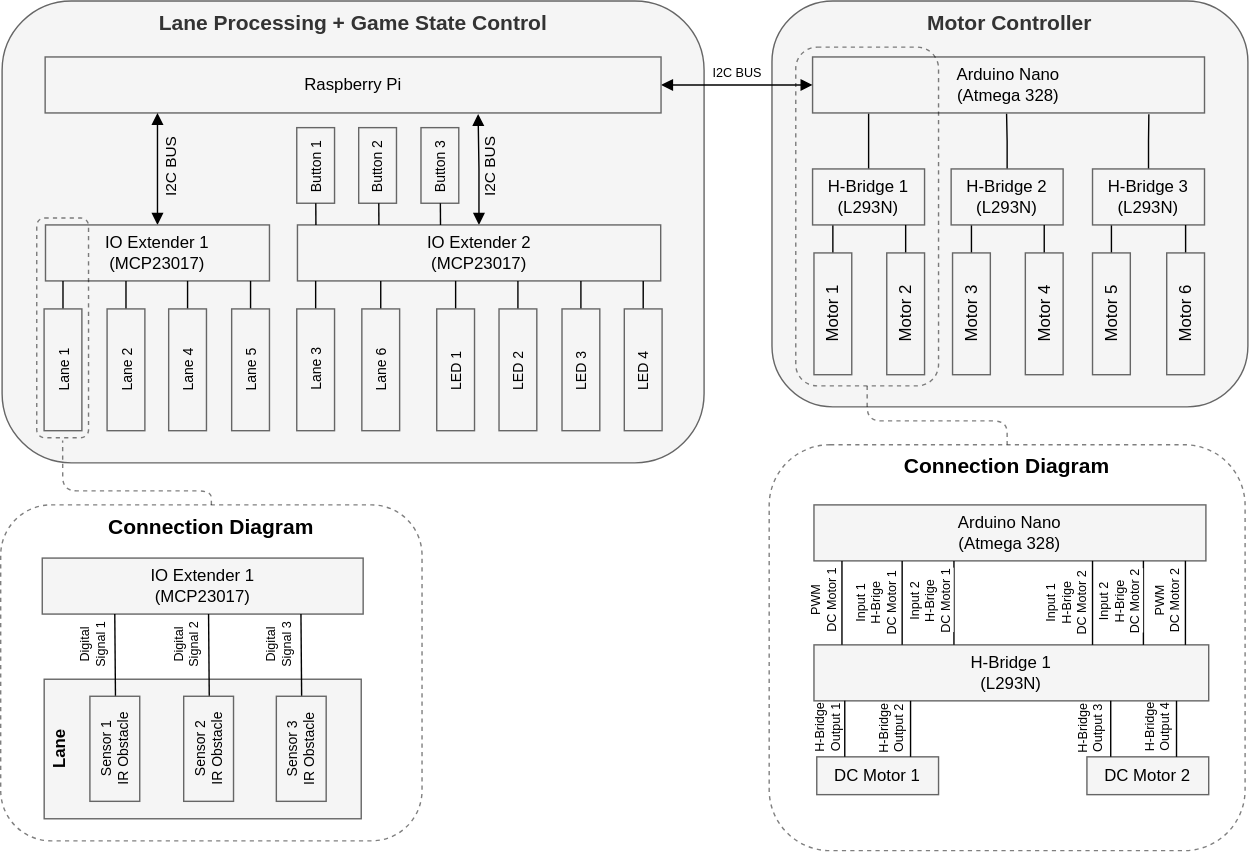
Earlier version of the draw.io export docs/BlockDiagram.svg (CasperStar/dromedaris-race). Source tidied: cells renumbered, new cells last; positions are measured from the earlier drawing's top-left corner, leaving out a move shared by most shapes.
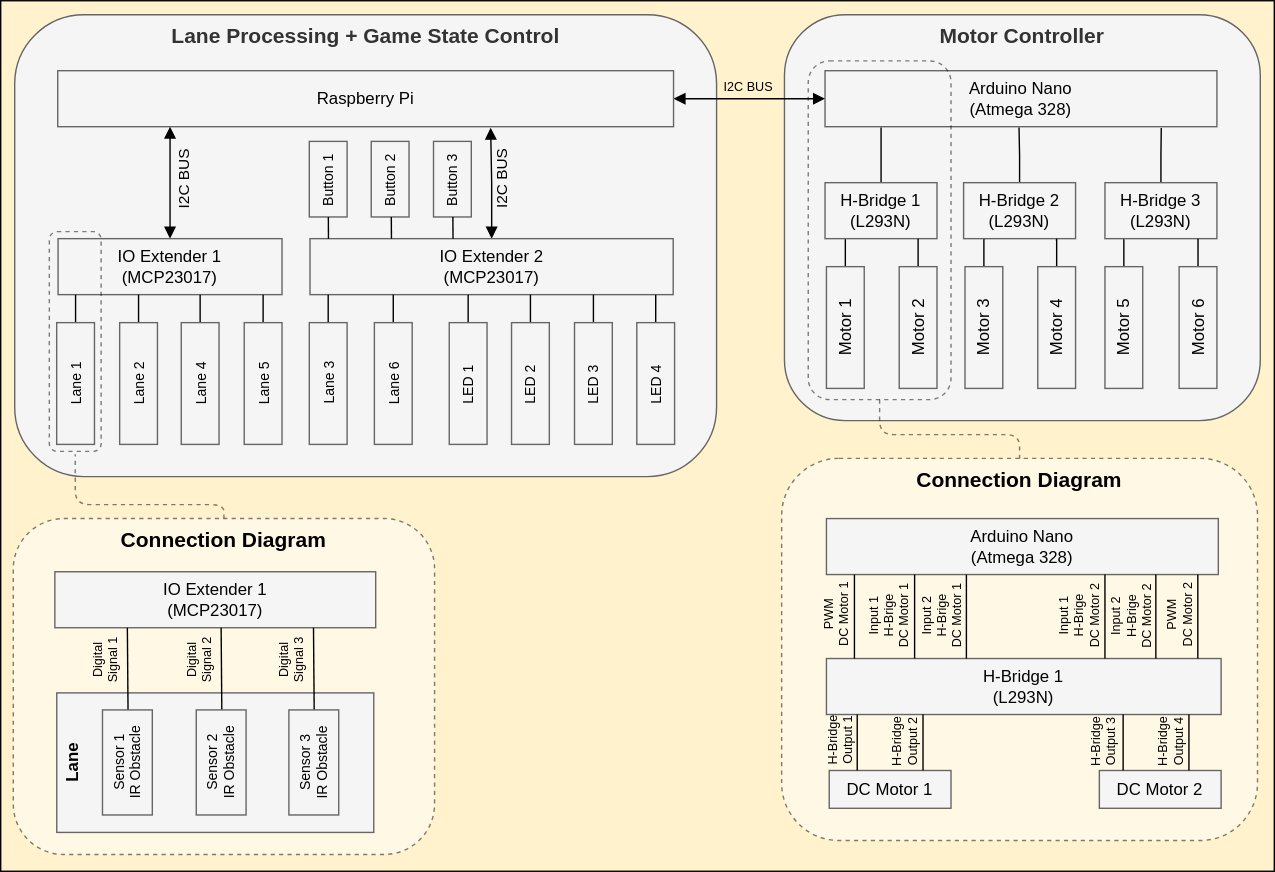
After the commit.

Commit message:
Added MotorController code + updated overview diagram

Change to the diagram source:
```diff
@@ -2,11 +2,14 @@
   <root>
     <mxCell id="0" style="html=1;" />
     <mxCell id="1" style="html=1;" parent="0" />
+    <mxCell id="99" style="rounded=0;whiteSpace=wrap;html=1;fillColor=#FFF2CC;" parent="1" vertex="1">
+      <mxGeometry x="-9" y="-10" width="910" height="622" as="geometry" />
+    </mxCell>
     <mxCell id="2" value="&lt;b style=&quot;font-size: 15px;&quot;&gt;Lane Processing + Game State Control&lt;/b&gt;" style="rounded=1;whiteSpace=wrap;html=1;shadow=0;fontSize=15;align=center;verticalAlign=top;fontColor=#333333;strokeColor=#666666;fillColor=#f5f5f5;" parent="1" vertex="1">
       <mxGeometry x="1" width="501.5" height="330" as="geometry" />
     </mxCell>
     <mxCell id="3" value="Connection Diagram" style="rounded=1;whiteSpace=wrap;html=1;shadow=0;fontSize=15;align=center;verticalAlign=top;fontStyle=1;dashed=1;fillColor=default;opacity=50;" parent="1" vertex="1">
-      <mxGeometry x="549" y="317" width="340" height="290" as="geometry" />
+      <mxGeometry x="549" y="317" width="340" height="273" as="geometry" />
     </mxCell>
     <mxCell id="4" value="Motor Controller" style="rounded=1;whiteSpace=wrap;html=1;shadow=0;fontSize=15;align=center;verticalAlign=top;fillColor=#f5f5f5;fontColor=#333333;strokeColor=#666666;fontStyle=1;" parent="1" vertex="1">
       <mxGeometry x="551" width="340" height="290" as="geometry" />
@@ -71,7 +74,7 @@
     <mxCell id="24" style="edgeStyle=orthogonalEdgeStyle;rounded=0;jettySize=auto;html=1;entryX=1;entryY=0.5;entryDx=0;entryDy=0;fontSize=12;startArrow=block;startFill=1;endArrow=block;endFill=1;" parent="1" edge="1" source="26" target="7">
       <mxGeometry relative="1" as="geometry" />
     </mxCell>
-    <mxCell id="25" value="I2C BUS" style="edgeLabel;html=1;align=center;verticalAlign=middle;fontSize=9;" parent="24" vertex="1">
+    <mxCell id="25" value="I2C BUS" style="edgeLabel;html=1;align=center;verticalAlign=middle;fontSize=9;labelBackgroundColor=none;" parent="24" vertex="1">
       <mxGeometry x="-0.07" y="2" relative="1" as="geometry">
         <mxPoint x="3" y="-7" as="offset" />
       </mxGeometry>
@@ -202,7 +205,7 @@
         <mxPoint x="603" y="500" as="targetPoint" />
       </mxGeometry>
     </mxCell>
-    <mxCell id="63" value="H-Bridge&lt;br&gt;Output 1" style="edgeLabel;html=1;align=center;verticalAlign=middle;fontSize=9;rotation=-90;" parent="62" vertex="1">
+    <mxCell id="63" value="H-Bridge&lt;br&gt;Output 1" style="edgeLabel;html=1;align=center;verticalAlign=middle;fontSize=9;rotation=-90;labelBackgroundColor=none;" parent="62" vertex="1">
       <mxGeometry x="-0.05" relative="1" as="geometry">
         <mxPoint x="-13" y="-1" as="offset" />
       </mxGeometry>
@@ -213,7 +216,7 @@
         <mxPoint x="650" y="500" as="targetPoint" />
       </mxGeometry>
     </mxCell>
-    <mxCell id="65" value="H-Bridge&lt;br&gt;Output 2" style="edgeLabel;html=1;align=center;verticalAlign=middle;fontSize=9;rotation=-90;" parent="64" vertex="1">
+    <mxCell id="65" value="H-Bridge&lt;br&gt;Output 2" style="edgeLabel;html=1;align=center;verticalAlign=middle;fontSize=9;rotation=-90;labelBackgroundColor=none;" parent="64" vertex="1">
       <mxGeometry x="-0.13" y="1" relative="1" as="geometry">
         <mxPoint x="-13" y="-2" as="offset" />
       </mxGeometry>
@@ -235,7 +238,7 @@
         <mxPoint x="644" y="400" as="targetPoint" />
       </mxGeometry>
     </mxCell>
-    <mxCell id="69" value="Input 1&lt;br&gt;H-Brige&lt;br style=&quot;font-size: 9px&quot;&gt;DC Motor 1" style="edgeLabel;html=1;align=center;verticalAlign=middle;fontSize=9;rotation=-90;" parent="68" vertex="1">
+    <mxCell id="69" value="Input 1&lt;br&gt;H-Brige&lt;br style=&quot;font-size: 9px&quot;&gt;DC Motor 1" style="edgeLabel;html=1;align=center;verticalAlign=middle;fontSize=9;rotation=-90;labelBackgroundColor=none;" parent="68" vertex="1">
       <mxGeometry x="-0.03" y="2" relative="1" as="geometry">
         <mxPoint x="-17" as="offset" />
       </mxGeometry>
@@ -246,7 +249,7 @@
         <mxPoint x="681" y="400" as="targetPoint" />
       </mxGeometry>
     </mxCell>
-    <mxCell id="71" value="Input 2&lt;br&gt;H-Brige&lt;br&gt;DC Motor 1" style="edgeLabel;html=1;align=center;verticalAlign=middle;fontSize=9;rotation=-90;" parent="70" vertex="1">
+    <mxCell id="71" value="Input 2&lt;br&gt;H-Brige&lt;br&gt;DC Motor 1" style="edgeLabel;html=1;align=center;verticalAlign=middle;fontSize=9;rotation=-90;labelBackgroundColor=none;" parent="70" vertex="1">
       <mxGeometry x="-0.3" y="1" relative="1" as="geometry">
         <mxPoint x="-17" y="-8" as="offset" />
       </mxGeometry>
@@ -257,7 +260,7 @@
         <mxPoint x="793" y="500" as="targetPoint" />
       </mxGeometry>
     </mxCell>
-    <mxCell id="73" value="H-Bridge&lt;br&gt;Output 3" style="edgeLabel;html=1;align=center;verticalAlign=middle;fontSize=9;rotation=-90;" parent="72" vertex="1">
+    <mxCell id="73" value="H-Bridge&lt;br&gt;Output 3" style="edgeLabel;html=1;align=center;verticalAlign=middle;fontSize=9;rotation=-90;labelBackgroundColor=none;" parent="72" vertex="1">
       <mxGeometry x="0.12" y="1" relative="1" as="geometry">
         <mxPoint x="-14" y="3" as="offset" />
       </mxGeometry>
@@ -268,7 +271,7 @@
         <mxPoint x="840" y="500" as="targetPoint" />
       </mxGeometry>
     </mxCell>
-    <mxCell id="75" value="H-Bridge&lt;br&gt;Output 4" style="edgeLabel;html=1;align=center;verticalAlign=middle;fontSize=9;rotation=-90;" parent="74" vertex="1">
+    <mxCell id="75" value="H-Bridge&lt;br&gt;Output 4" style="edgeLabel;html=1;align=center;verticalAlign=middle;fontSize=9;rotation=-90;labelBackgroundColor=none;" parent="74" vertex="1">
       <mxGeometry x="0.07" relative="1" as="geometry">
         <mxPoint x="-14" y="2" as="offset" />
       </mxGeometry>
@@ -290,7 +293,7 @@
         <mxPoint x="780" y="400" as="targetPoint" />
       </mxGeometry>
     </mxCell>
-    <mxCell id="79" value="Input 1&lt;br&gt;H-Brige&lt;br style=&quot;font-size: 9px&quot;&gt;DC Motor 2" style="edgeLabel;html=1;align=center;verticalAlign=middle;fontSize=9;rotation=-90;" parent="78" vertex="1">
+    <mxCell id="79" value="Input 1&lt;br&gt;H-Brige&lt;br style=&quot;font-size: 9px&quot;&gt;DC Motor 2" style="edgeLabel;html=1;align=center;verticalAlign=middle;fontSize=9;rotation=-90;labelBackgroundColor=none;" parent="78" vertex="1">
       <mxGeometry x="-0.03" y="2" relative="1" as="geometry">
         <mxPoint x="-17" as="offset" />
       </mxGeometry>
@@ -301,7 +304,7 @@
         <mxPoint x="816.4" y="400" as="targetPoint" />
       </mxGeometry>
     </mxCell>
-    <mxCell id="81" value="Input 2&lt;br&gt;H-Brige&lt;br&gt;DC Motor 2" style="edgeLabel;html=1;align=center;verticalAlign=middle;fontSize=9;rotation=-90;" parent="80" vertex="1">
+    <mxCell id="81" value="Input 2&lt;br&gt;H-Brige&lt;br&gt;DC Motor 2" style="edgeLabel;html=1;align=center;verticalAlign=middle;fontSize=9;rotation=-90;labelBackgroundColor=none;" parent="80" vertex="1">
       <mxGeometry x="-0.3" y="1" relative="1" as="geometry">
         <mxPoint x="-17" y="-8" as="offset" />
       </mxGeometry>
@@ -330,7 +333,7 @@
         <mxPoint x="81.5" y="438" as="targetPoint" />
       </mxGeometry>
     </mxCell>
-    <mxCell id="87" value="Digital &lt;br style=&quot;font-size: 9px;&quot;&gt;Signal 1" style="edgeLabel;html=1;align=center;verticalAlign=middle;fontSize=9;rotation=-90;" parent="86" vertex="1">
+    <mxCell id="87" value="Digital &lt;br style=&quot;font-size: 9px;&quot;&gt;Signal 1" style="edgeLabel;html=1;align=center;verticalAlign=middle;fontSize=9;rotation=-90;labelBackgroundColor=none;" parent="86" vertex="1">
       <mxGeometry x="0.11" relative="1" as="geometry">
         <mxPoint x="-17" y="-3" as="offset" />
       </mxGeometry>
@@ -341,7 +344,7 @@
         <mxPoint x="148.5" y="438" as="targetPoint" />
       </mxGeometry>
     </mxCell>
-    <mxCell id="89" value="Digital &lt;br style=&quot;font-size: 9px&quot;&gt;Signal 2" style="edgeLabel;html=1;align=center;verticalAlign=middle;fontSize=9;rotation=-90;" parent="88" vertex="1">
+    <mxCell id="89" value="Digital &lt;br style=&quot;font-size: 9px&quot;&gt;Signal 2" style="edgeLabel;html=1;align=center;verticalAlign=middle;fontSize=9;rotation=-90;labelBackgroundColor=none;" parent="88" vertex="1">
       <mxGeometry x="0.11" relative="1" as="geometry">
         <mxPoint x="-17" y="-3" as="offset" />
       </mxGeometry>
@@ -352,7 +355,7 @@
         <mxPoint x="214.5" y="438" as="targetPoint" />
       </mxGeometry>
     </mxCell>
-    <mxCell id="91" value="Digital &lt;br style=&quot;font-size: 9px&quot;&gt;Signal 3" style="edgeLabel;html=1;align=center;verticalAlign=middle;fontSize=9;rotation=-90;" parent="90" vertex="1">
+    <mxCell id="91" value="Digital &lt;br style=&quot;font-size: 9px&quot;&gt;Signal 3" style="edgeLabel;html=1;align=center;verticalAlign=middle;fontSize=9;rotation=-90;labelBackgroundColor=none;" parent="90" vertex="1">
       <mxGeometry x="0.11" relative="1" as="geometry">
         <mxPoint x="-17" y="-3" as="offset" />
       </mxGeometry>
```
